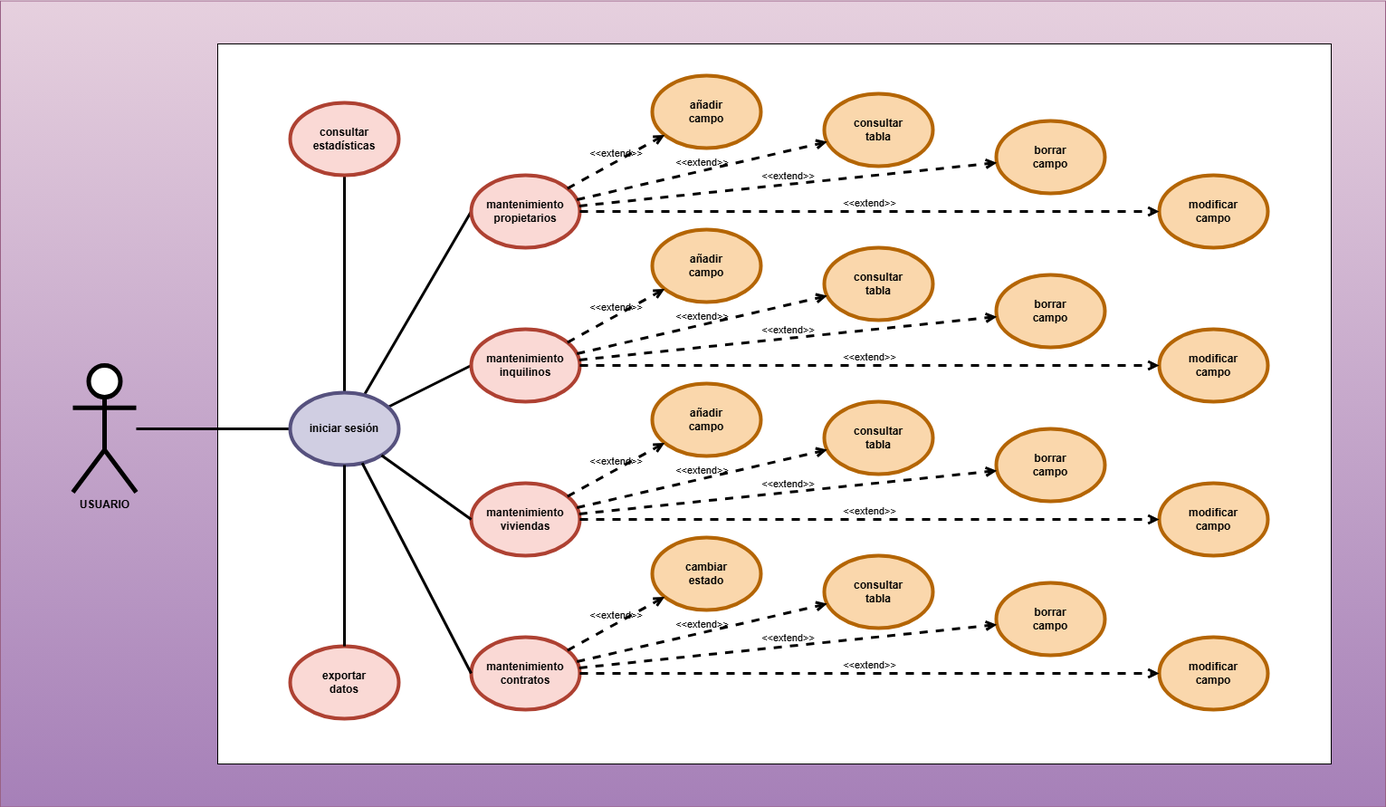
This is DOCUMENTACIÓN/CASOS DE USO/diagrama-casos-uso.png from ahdexito/alquilaria, a draw.io export, as it was before one commit. Source tidied: cells renumbered, new cells last; positions are measured from the earlier drawing's top-left corner, leaving out a move shared by most shapes.
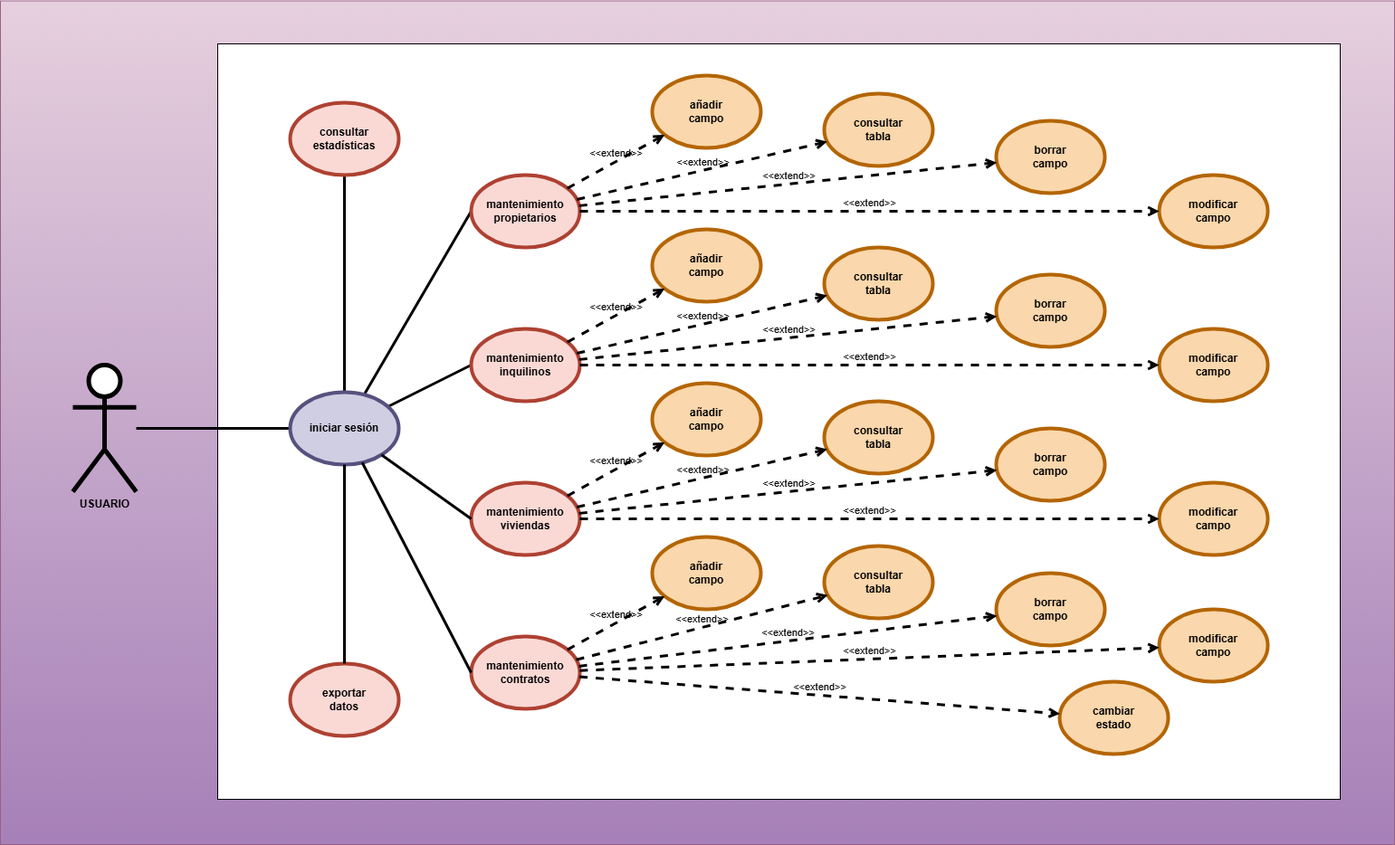
The same file after the commit.

Diff of the diagram source:
```diff
@@ -3,10 +3,10 @@
     <mxCell id="0" />
     <mxCell id="1" parent="0" />
     <mxCell id="2" style="rounded=0;whiteSpace=wrap;html=1;fillColor=#e6d0de;strokeColor=#996185;gradientColor=#A680B8;" parent="1" vertex="1">
-      <mxGeometry y="-0.5" width="1530" height="890" as="geometry" />
+      <mxGeometry y="-0.5" width="1540" height="932.5" as="geometry" />
     </mxCell>
     <mxCell id="3" style="rounded=0;whiteSpace=wrap;html=1;" parent="1" vertex="1">
-      <mxGeometry x="240" y="47" width="1230" height="795" as="geometry" />
+      <mxGeometry x="240" y="47" width="1240" height="835" as="geometry" />
     </mxCell>
     <mxCell id="4" style="rounded=0;jettySize=auto;html=1;endArrow=none;startFill=0;strokeWidth=3;" parent="1" edge="1" source="5" target="9">
       <mxGeometry relative="1" as="geometry" />
@@ -114,16 +114,16 @@
       <mxGeometry x="520" y="702" width="120" height="80" as="geometry" />
     </mxCell>
     <mxCell id="39" value="&lt;div&gt;&lt;b&gt;cambiar&lt;/b&gt;&lt;/div&gt;&lt;div&gt;&lt;b&gt;estado&lt;br&gt;&lt;/b&gt;&lt;/div&gt;" style="ellipse;whiteSpace=wrap;html=1;labelBackgroundColor=none;fillColor=#fad7ac;strokeColor=#b46504;strokeWidth=4;" parent="1" vertex="1">
-      <mxGeometry x="720" y="592" width="120" height="80" as="geometry" />
+      <mxGeometry x="1170" y="752" width="120" height="80" as="geometry" />
     </mxCell>
     <mxCell id="40" value="&lt;div&gt;&lt;b&gt;consultar&lt;/b&gt;&lt;/div&gt;&lt;div&gt;&lt;b&gt;tabla&lt;br&gt;&lt;/b&gt;&lt;/div&gt;" style="ellipse;whiteSpace=wrap;html=1;labelBackgroundColor=none;fillColor=#fad7ac;strokeColor=#b46504;strokeWidth=4;" parent="1" vertex="1">
-      <mxGeometry x="910" y="612" width="120" height="80" as="geometry" />
+      <mxGeometry x="910" y="602" width="120" height="80" as="geometry" />
     </mxCell>
     <mxCell id="41" value="&lt;div&gt;&lt;b&gt;borrar&lt;/b&gt;&lt;/div&gt;&lt;div&gt;&lt;b&gt;campo&lt;br&gt;&lt;/b&gt;&lt;/div&gt;" style="ellipse;whiteSpace=wrap;html=1;labelBackgroundColor=none;fillColor=#fad7ac;strokeColor=#b46504;strokeWidth=4;" parent="1" vertex="1">
-      <mxGeometry x="1100" y="642" width="120" height="80" as="geometry" />
+      <mxGeometry x="1100" y="632" width="120" height="80" as="geometry" />
     </mxCell>
     <mxCell id="42" value="&lt;div&gt;&lt;b&gt;modificar&lt;/b&gt;&lt;/div&gt;&lt;div&gt;&lt;b&gt;campo&lt;br&gt;&lt;/b&gt;&lt;/div&gt;" style="ellipse;whiteSpace=wrap;html=1;labelBackgroundColor=none;fillColor=#fad7ac;strokeColor=#b46504;strokeWidth=4;" parent="1" vertex="1">
-      <mxGeometry x="1280" y="702" width="120" height="80" as="geometry" />
+      <mxGeometry x="1280" y="672" width="120" height="80" as="geometry" />
     </mxCell>
     <mxCell id="43" value="&amp;lt;&amp;lt;extend&amp;gt;&amp;gt;" style="html=1;verticalAlign=bottom;labelBackgroundColor=none;endArrow=open;endFill=0;dashed=1;rounded=0;strokeWidth=3;" parent="1" edge="1" source="38" target="39">
       <mxGeometry relative="1" as="geometry" />
@@ -144,10 +144,16 @@
       <mxGeometry relative="1" as="geometry" />
     </mxCell>
     <mxCell id="49" value="&lt;div&gt;&lt;b&gt;exportar&lt;/b&gt;&lt;/div&gt;&lt;div&gt;&lt;b&gt;datos&lt;br&gt;&lt;/b&gt;&lt;/div&gt;" style="ellipse;whiteSpace=wrap;html=1;labelBackgroundColor=none;fillColor=#fad9d5;strokeColor=#ae4132;strokeWidth=4;" parent="1" vertex="1">
-      <mxGeometry x="320" y="712" width="120" height="80" as="geometry" />
+      <mxGeometry x="320" y="732" width="120" height="80" as="geometry" />
     </mxCell>
     <mxCell id="50" style="rounded=0;jettySize=auto;html=1;labelBackgroundColor=none;fontColor=default;exitX=0.5;exitY=0;exitDx=0;exitDy=0;endArrow=none;startFill=0;strokeWidth=3;" parent="1" edge="1" source="49" target="9">
       <mxGeometry relative="1" as="geometry" />
     </mxCell>
+    <mxCell id="51" value="&lt;div&gt;&lt;b&gt;añadir&lt;/b&gt;&lt;/div&gt;&lt;div&gt;&lt;b&gt;campo&lt;br&gt;&lt;/b&gt;&lt;/div&gt;" style="ellipse;whiteSpace=wrap;html=1;labelBackgroundColor=none;fillColor=#fad7ac;strokeColor=#b46504;strokeWidth=4;" parent="1" vertex="1">
+      <mxGeometry x="720" y="592" width="120" height="80" as="geometry" />
+    </mxCell>
+    <mxCell id="52" value="&amp;lt;&amp;lt;extend&amp;gt;&amp;gt;" style="html=1;verticalAlign=bottom;labelBackgroundColor=none;endArrow=open;endFill=0;dashed=1;rounded=0;strokeWidth=3;" parent="1" edge="1" source="38" target="51">
+      <mxGeometry relative="1" as="geometry" />
+    </mxCell>
   </root>
 </mxGraphModel>
```
